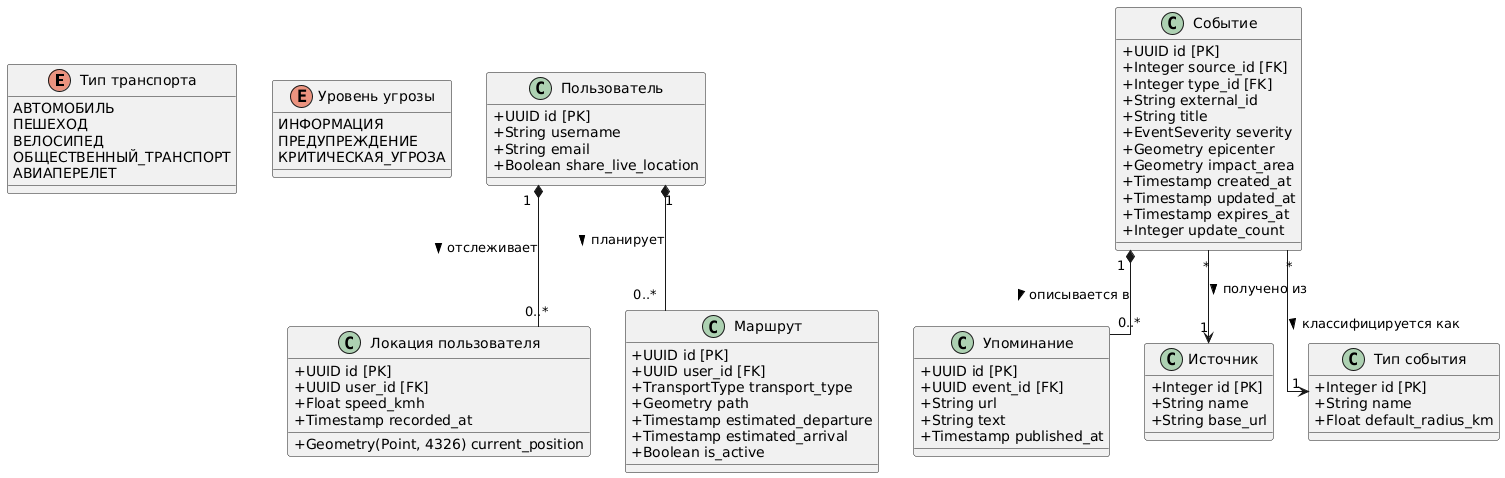
Above: report/picture/diagramm/class_diagramm.png in kovvvalskii/diploma-report (PlantUML), before the change. Its diagram source:
```plantuml
@startuml class_diagramm
skinparam classAttributeIconSize 0
skinparam linetype ortho

enum "Тип транспорта" as TransportType {
  АВТОМОБИЛЬ
  ПЕШЕХОД
  ВЕЛОСИПЕД
  ОБЩЕСТВЕННЫЙ_ТРАНСПОРТ
  АВИАПЕРЕЛЕТ
}

enum "Уровень угрозы" as EventSeverity {
  ИНФОРМАЦИЯ
  ПРЕДУПРЕЖДЕНИЕ
  КРИТИЧЕСКАЯ_УГРОЗА
}

class "Пользователь" as User {
  + UUID id [PK]
  + String username
  + String email
  + Boolean share_live_location
}

class "Локация пользователя" as UserLocation {
  + UUID id [PK]
  + UUID user_id [FK]
  + Geometry(Point, 4326) current_position
  + Float speed_kmh
  + Timestamp recorded_at
}

class "Маршрут" as Route {
  + UUID id [PK]
  + UUID user_id [FK]
  + TransportType transport_type
  + Geometry path
  + Timestamp estimated_departure
  + Timestamp estimated_arrival
  + Boolean is_active
}

class "Событие" as Event {
  + UUID id [PK]
  + Integer source_id [FK]
  + Integer type_id [FK]
  + String external_id
  + String title
  + EventSeverity severity
  + Geometry epicenter
  + Geometry impact_area
  + Timestamp created_at
  + Timestamp updated_at
  + Timestamp expires_at
  + Integer update_count
}

class "Упоминание" as Mention {
  + UUID id [PK]
  + UUID event_id [FK]
  + String url
  + String text
  + Timestamp published_at
}

class "Источник" as Source {
  + Integer id [PK]
  + String name
  + String base_url
}

class "Тип события" as EventType {
  + Integer id [PK]
  + String name
  + Float default_radius_km
}

User "1" *-- "0..*" Route : планирует >
User "1" *-- "0..*" UserLocation : отслеживает >
Event "*" --> "1" Source : получено из >
Event "*" --> "1" EventType : классифицируется как >
Event "1" *-- "0..*" Mention : описывается в >

@enduml
```
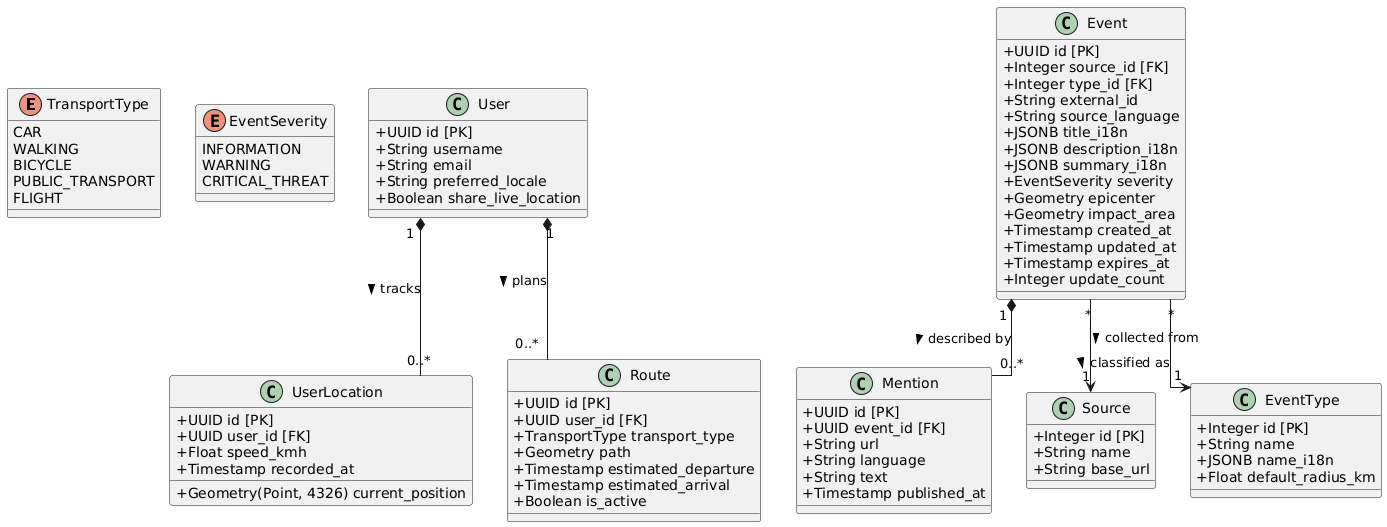
The same file after the commit.

The edit, as a diff of the source:
```diff
@@ -2,28 +2,29 @@
 skinparam classAttributeIconSize 0
 skinparam linetype ortho
 
-enum "Тип транспорта" as TransportType {
-  АВТОМОБИЛЬ
-  ПЕШЕХОД
-  ВЕЛОСИПЕД
-  ОБЩЕСТВЕННЫЙ_ТРАНСПОРТ
-  АВИАПЕРЕЛЕТ
+enum "TransportType" as TransportType {
+  CAR
+  WALKING
+  BICYCLE
+  PUBLIC_TRANSPORT
+  FLIGHT
 }
 
-enum "Уровень угрозы" as EventSeverity {
-  ИНФОРМАЦИЯ
-  ПРЕДУПРЕЖДЕНИЕ
-  КРИТИЧЕСКАЯ_УГРОЗА
+enum "EventSeverity" as EventSeverity {
+  INFORMATION
+  WARNING
+  CRITICAL_THREAT
 }
 
-class "Пользователь" as User {
+class "User" as User {
   + UUID id [PK]
   + String username
   + String email
+  + String preferred_locale
   + Boolean share_live_location
 }
 
-class "Локация пользователя" as UserLocation {
+class "UserLocation" as UserLocation {
   + UUID id [PK]
   + UUID user_id [FK]
   + Geometry(Point, 4326) current_position
@@ -31,7 +32,7 @@
   + Timestamp recorded_at
 }
 
-class "Маршрут" as Route {
+class "Route" as Route {
   + UUID id [PK]
   + UUID user_id [FK]
   + TransportType transport_type
@@ -41,12 +42,15 @@
   + Boolean is_active
 }
 
-class "Событие" as Event {
+class "Event" as Event {
   + UUID id [PK]
   + Integer source_id [FK]
   + Integer type_id [FK]
   + String external_id
-  + String title
+  + String source_language
+  + JSONB title_i18n
+  + JSONB description_i18n
+  + JSONB summary_i18n
   + EventSeverity severity
   + Geometry epicenter
   + Geometry impact_area
@@ -56,30 +60,32 @@
   + Integer update_count
 }
 
-class "Упоминание" as Mention {
+class "Mention" as Mention {
   + UUID id [PK]
   + UUID event_id [FK]
   + String url
+  + String language
   + String text
   + Timestamp published_at
 }
 
-class "Источник" as Source {
+class "Source" as Source {
   + Integer id [PK]
   + String name
   + String base_url
 }
 
-class "Тип события" as EventType {
+class "EventType" as EventType {
   + Integer id [PK]
   + String name
+  + JSONB name_i18n
   + Float default_radius_km
 }
 
-User "1" *-- "0..*" Route : планирует >
-User "1" *-- "0..*" UserLocation : отслеживает >
-Event "*" --> "1" Source : получено из >
-Event "*" --> "1" EventType : классифицируется как >
-Event "1" *-- "0..*" Mention : описывается в >
+User "1" *-- "0..*" Route : plans >
+User "1" *-- "0..*" UserLocation : tracks >
+Event "*" --> "1" Source : collected from >
+Event "*" --> "1" EventType : classified as >
+Event "1" *-- "0..*" Mention : described by >
 
 @enduml
```
